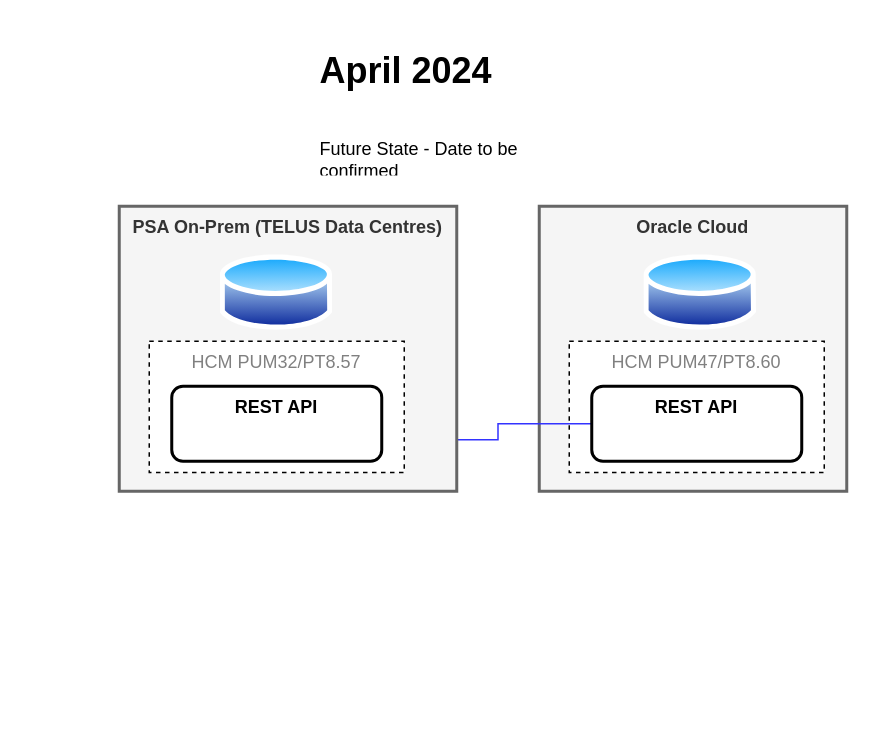
Before: page "zFuture State (April 2024)" (6 of 7) of docs/architecture/architecture.drawio in bcgov/psa-job-store, a draw.io diagram. Source tidied: cells renumbered, new cells numbered last; positions are measured from the earlier drawing's top-left corner, leaving out a move shared by most shapes. Both pictures are drawn from the tidied source at 150%, with x=0, y=0 at pixel (118, 40).
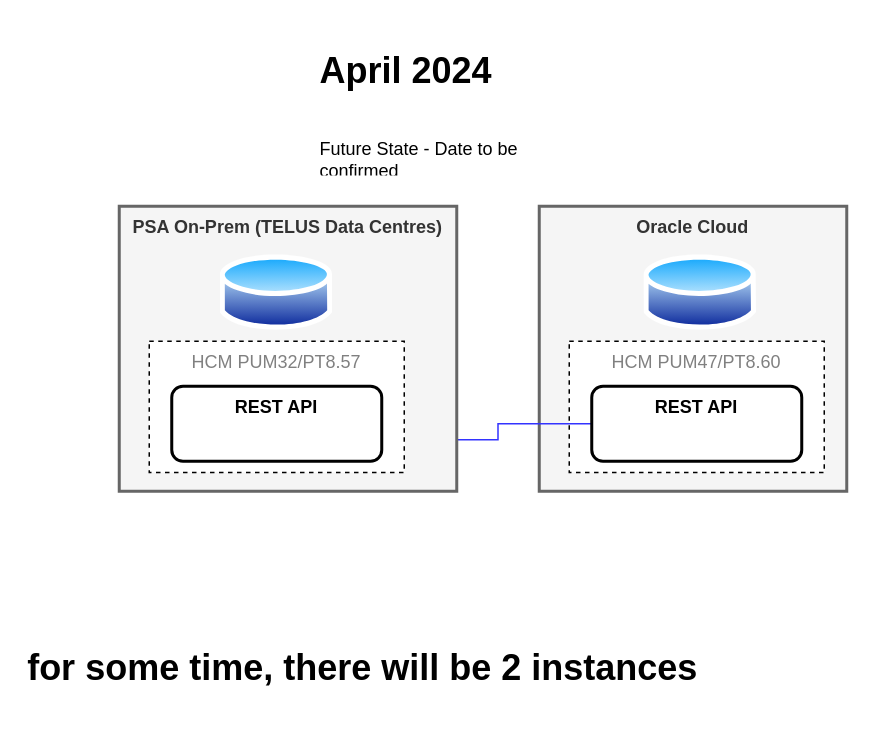
Above is the later version.

The edit, as a diff of the source:
```diff
@@
 <mxGraphModel>
   <root>
     <mxCell id="0" />
     <mxCell id="1" parent="0" />
     <mxCell id="2" value="Oracle Cloud" style="rounded=0;whiteSpace=wrap;html=1;verticalAlign=top;fillColor=#f5f5f5;strokeColor=#666666;fontColor=#333333;strokeWidth=2;fontStyle=1;" parent="1" vertex="1">
       <mxGeometry x="280" y="110" width="205" height="190" as="geometry" />
     </mxCell>
     <mxCell id="3" value="HCM PUM47/PT8.60" style="rounded=0;whiteSpace=wrap;html=1;strokeWidth=1;fillColor=#FFFFFF;fontColor=#808080;dashed=1;verticalAlign=top;" parent="1" vertex="1">
       <mxGeometry x="300" y="200" width="170" height="87.5" as="geometry" />
     </mxCell>
     <mxCell id="4" style="edgeStyle=orthogonalEdgeStyle;rounded=0;jettySize=auto;html=1;entryX=1;entryY=0.75;entryDx=0;entryDy=0;strokeColor=#3333FF;" parent="1" edge="1" source="5" target="9">
       <mxGeometry relative="1" as="geometry" />
     </mxCell>
     <mxCell id="5" value="REST API" style="rounded=1;whiteSpace=wrap;html=1;strokeWidth=2;verticalAlign=top;fontStyle=1;" parent="1" vertex="1">
       <mxGeometry x="315" y="230" width="140" height="50" as="geometry" />
     </mxCell>
     <mxCell id="6" style="image;perimeter=ellipsePerimeter;html=1;align=center;shadow=0;dashed=0;spacingTop=3;image=img/lib/active_directory/database.svg;" parent="1" vertex="1">
       <mxGeometry x="350" y="140" width="75" height="55.5" as="geometry" />
     </mxCell>
     <mxCell id="7" value="&lt;h1&gt;April 2024&lt;/h1&gt;&lt;div&gt;&lt;br&gt;&lt;/div&gt;&lt;div&gt;Future State - Date to be confirmed&lt;/div&gt;" style="text;html=1;strokeColor=none;fillColor=none;spacing=5;spacingTop=-20;whiteSpace=wrap;overflow=hidden;rounded=0;" parent="1" vertex="1">
       <mxGeometry x="129" width="170" height="90" as="geometry" />
     </mxCell>
     <mxCell id="8" value="PSA On-Prem (TELUS Data Centres)" style="rounded=0;whiteSpace=wrap;html=1;verticalAlign=top;fillColor=#f5f5f5;strokeColor=#666666;fontColor=#333333;strokeWidth=2;fontStyle=1;" parent="1" vertex="1">
       <mxGeometry y="110" width="225" height="190" as="geometry" />
     </mxCell>
     <mxCell id="9" value="HCM&amp;nbsp;PUM32/PT8.57" style="rounded=0;whiteSpace=wrap;html=1;strokeWidth=1;fillColor=#FFFFFF;fontColor=#808080;dashed=1;verticalAlign=top;" parent="1" vertex="1">
       <mxGeometry x="20" y="200" width="170" height="87.5" as="geometry" />
     </mxCell>
     <mxCell id="10" value="REST API" style="rounded=1;whiteSpace=wrap;html=1;strokeWidth=2;verticalAlign=top;fontStyle=1;" parent="1" vertex="1">
       <mxGeometry x="35" y="230" width="140" height="50" as="geometry" />
     </mxCell>
     <mxCell id="11" style="image;perimeter=ellipsePerimeter;html=1;align=center;shadow=0;dashed=0;spacingTop=3;image=img/lib/active_directory/database.svg;" parent="1" vertex="1">
       <mxGeometry x="67.5" y="140" width="75" height="55.5" as="geometry" />
     </mxCell>
+    <mxCell id="12" value="for some time, there will be 2 instances" style="text;strokeColor=none;fillColor=none;html=1;fontSize=24;fontStyle=1;verticalAlign=middle;align=center;" parent="1" vertex="1">
+      <mxGeometry x="72" y="383" width="179" height="70" as="geometry" />
+    </mxCell>
   </root>
 </mxGraphModel>
```
